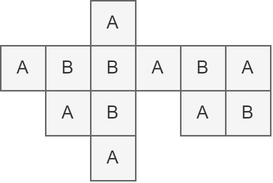
axiomofchoice-hjt/Axiomofchoice-hjt.github.io keeps this draw.io diagram as img/62c303-L18.drawio.png. Above is the earlier version. Source tidied: cells renumbered, new cells last; positions are measured from the earlier drawing's top-left corner, leaving out a move shared by most shapes. Its diagram source:
```xml
<mxGraphModel background="#ffffff">
  <root>
    <mxCell id="0" />
    <mxCell id="1" parent="0" />
    <mxCell id="2" value="A" style="rounded=0;whiteSpace=wrap;html=1;fillColor=#f5f5f5;fontColor=#333333;strokeColor=#666666;" parent="1" vertex="1">
      <mxGeometry y="30" width="30" height="30" as="geometry" />
    </mxCell>
    <mxCell id="3" value="B" style="rounded=0;whiteSpace=wrap;html=1;fillColor=#f5f5f5;fontColor=#333333;strokeColor=#666666;" parent="1" vertex="1">
      <mxGeometry x="30" y="30" width="30" height="30" as="geometry" />
    </mxCell>
    <mxCell id="4" value="B" style="rounded=0;whiteSpace=wrap;html=1;fillColor=#f5f5f5;fontColor=#333333;strokeColor=#666666;" parent="1" vertex="1">
      <mxGeometry x="60" y="30" width="30" height="30" as="geometry" />
    </mxCell>
    <mxCell id="5" value="A" style="rounded=0;whiteSpace=wrap;html=1;fillColor=#f5f5f5;fontColor=#333333;strokeColor=#666666;" parent="1" vertex="1">
      <mxGeometry x="90" y="30" width="30" height="30" as="geometry" />
    </mxCell>
    <mxCell id="6" value="B" style="rounded=0;whiteSpace=wrap;html=1;fillColor=#f5f5f5;fontColor=#333333;strokeColor=#666666;" parent="1" vertex="1">
      <mxGeometry x="120" y="30" width="30" height="30" as="geometry" />
    </mxCell>
    <mxCell id="7" value="A" style="rounded=0;whiteSpace=wrap;html=1;fillColor=#f5f5f5;fontColor=#333333;strokeColor=#666666;" parent="1" vertex="1">
      <mxGeometry x="150" y="30" width="30" height="30" as="geometry" />
    </mxCell>
    <mxCell id="8" value="B" style="rounded=0;whiteSpace=wrap;html=1;fillColor=#f5f5f5;fontColor=#333333;strokeColor=#666666;" parent="1" vertex="1">
      <mxGeometry x="150" y="60" width="30" height="30" as="geometry" />
    </mxCell>
    <mxCell id="9" value="A" style="rounded=0;whiteSpace=wrap;html=1;fillColor=#f5f5f5;fontColor=#333333;strokeColor=#666666;" parent="1" vertex="1">
      <mxGeometry x="120" y="60" width="30" height="30" as="geometry" />
    </mxCell>
    <mxCell id="10" value="A" style="rounded=0;whiteSpace=wrap;html=1;fillColor=#f5f5f5;fontColor=#333333;strokeColor=#666666;" parent="1" vertex="1">
      <mxGeometry x="60" width="30" height="30" as="geometry" />
    </mxCell>
    <mxCell id="11" value="A" style="rounded=0;whiteSpace=wrap;html=1;fillColor=#f5f5f5;fontColor=#333333;strokeColor=#666666;" parent="1" vertex="1">
      <mxGeometry x="30" y="60" width="30" height="30" as="geometry" />
    </mxCell>
    <mxCell id="12" value="B" style="rounded=0;whiteSpace=wrap;html=1;fillColor=#f5f5f5;fontColor=#333333;strokeColor=#666666;" parent="1" vertex="1">
      <mxGeometry x="60" y="60" width="30" height="30" as="geometry" />
    </mxCell>
    <mxCell id="13" value="A" style="rounded=0;whiteSpace=wrap;html=1;fillColor=#f5f5f5;fontColor=#333333;strokeColor=#666666;" parent="1" vertex="1">
      <mxGeometry x="60" y="90" width="30" height="30" as="geometry" />
    </mxCell>
  </root>
</mxGraphModel>
```
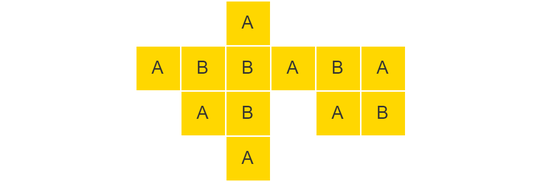
After the commit.

Change to the diagram source:
```diff
@@ -2,40 +2,46 @@
   <root>
     <mxCell id="0" />
     <mxCell id="1" parent="0" />
+    <mxCell id="14" style="endArrow=none;dashed=1;html=1;strokeColor=#FFFFFF;" parent="1" edge="1">
+      <mxGeometry relative="1" as="geometry">
+        <mxPoint x="-90" as="sourcePoint" />
+        <mxPoint x="270" as="targetPoint" />
+      </mxGeometry>
+    </mxCell>
-    <mxCell id="2" value="A" style="rounded=0;whiteSpace=wrap;html=1;fillColor=#f5f5f5;fontColor=#333333;strokeColor=#666666;" parent="1" vertex="1">
+    <mxCell id="2" value="A" style="rounded=0;whiteSpace=wrap;html=1;fillColor=#ffd700;fontColor=#333333;strokeColor=#ffffff;" parent="1" vertex="1">
       <mxGeometry y="30" width="30" height="30" as="geometry" />
     </mxCell>
-    <mxCell id="3" value="B" style="rounded=0;whiteSpace=wrap;html=1;fillColor=#f5f5f5;fontColor=#333333;strokeColor=#666666;" parent="1" vertex="1">
+    <mxCell id="3" value="B" style="rounded=0;whiteSpace=wrap;html=1;fillColor=#ffd700;fontColor=#333333;strokeColor=#ffffff;" parent="1" vertex="1">
       <mxGeometry x="30" y="30" width="30" height="30" as="geometry" />
     </mxCell>
-    <mxCell id="4" value="B" style="rounded=0;whiteSpace=wrap;html=1;fillColor=#f5f5f5;fontColor=#333333;strokeColor=#666666;" parent="1" vertex="1">
+    <mxCell id="4" value="B" style="rounded=0;whiteSpace=wrap;html=1;fillColor=#ffd700;fontColor=#333333;strokeColor=#ffffff;" parent="1" vertex="1">
       <mxGeometry x="60" y="30" width="30" height="30" as="geometry" />
     </mxCell>
-    <mxCell id="5" value="A" style="rounded=0;whiteSpace=wrap;html=1;fillColor=#f5f5f5;fontColor=#333333;strokeColor=#666666;" parent="1" vertex="1">
+    <mxCell id="5" value="A" style="rounded=0;whiteSpace=wrap;html=1;fillColor=#ffd700;fontColor=#333333;strokeColor=#ffffff;" parent="1" vertex="1">
       <mxGeometry x="90" y="30" width="30" height="30" as="geometry" />
     </mxCell>
-    <mxCell id="6" value="B" style="rounded=0;whiteSpace=wrap;html=1;fillColor=#f5f5f5;fontColor=#333333;strokeColor=#666666;" parent="1" vertex="1">
+    <mxCell id="6" value="B" style="rounded=0;whiteSpace=wrap;html=1;fillColor=#ffd700;fontColor=#333333;strokeColor=#ffffff;" parent="1" vertex="1">
       <mxGeometry x="120" y="30" width="30" height="30" as="geometry" />
     </mxCell>
-    <mxCell id="7" value="A" style="rounded=0;whiteSpace=wrap;html=1;fillColor=#f5f5f5;fontColor=#333333;strokeColor=#666666;" parent="1" vertex="1">
+    <mxCell id="7" value="A" style="rounded=0;whiteSpace=wrap;html=1;fillColor=#ffd700;fontColor=#333333;strokeColor=#ffffff;" parent="1" vertex="1">
       <mxGeometry x="150" y="30" width="30" height="30" as="geometry" />
     </mxCell>
-    <mxCell id="8" value="B" style="rounded=0;whiteSpace=wrap;html=1;fillColor=#f5f5f5;fontColor=#333333;strokeColor=#666666;" parent="1" vertex="1">
+    <mxCell id="8" value="B" style="rounded=0;whiteSpace=wrap;html=1;fillColor=#ffd700;fontColor=#333333;strokeColor=#ffffff;" parent="1" vertex="1">
       <mxGeometry x="150" y="60" width="30" height="30" as="geometry" />
     </mxCell>
-    <mxCell id="9" value="A" style="rounded=0;whiteSpace=wrap;html=1;fillColor=#f5f5f5;fontColor=#333333;strokeColor=#666666;" parent="1" vertex="1">
+    <mxCell id="9" value="A" style="rounded=0;whiteSpace=wrap;html=1;fillColor=#ffd700;fontColor=#333333;strokeColor=#ffffff;" parent="1" vertex="1">
       <mxGeometry x="120" y="60" width="30" height="30" as="geometry" />
     </mxCell>
-    <mxCell id="10" value="A" style="rounded=0;whiteSpace=wrap;html=1;fillColor=#f5f5f5;fontColor=#333333;strokeColor=#666666;" parent="1" vertex="1">
+    <mxCell id="10" value="A" style="rounded=0;whiteSpace=wrap;html=1;fillColor=#ffd700;fontColor=#333333;strokeColor=#ffffff;" parent="1" vertex="1">
       <mxGeometry x="60" width="30" height="30" as="geometry" />
     </mxCell>
-    <mxCell id="11" value="A" style="rounded=0;whiteSpace=wrap;html=1;fillColor=#f5f5f5;fontColor=#333333;strokeColor=#666666;" parent="1" vertex="1">
+    <mxCell id="11" value="A" style="rounded=0;whiteSpace=wrap;html=1;fillColor=#ffd700;fontColor=#333333;strokeColor=#ffffff;" parent="1" vertex="1">
       <mxGeometry x="30" y="60" width="30" height="30" as="geometry" />
     </mxCell>
-    <mxCell id="12" value="B" style="rounded=0;whiteSpace=wrap;html=1;fillColor=#f5f5f5;fontColor=#333333;strokeColor=#666666;" parent="1" vertex="1">
+    <mxCell id="12" value="B" style="rounded=0;whiteSpace=wrap;html=1;fillColor=#ffd700;fontColor=#333333;strokeColor=#ffffff;" parent="1" vertex="1">
       <mxGeometry x="60" y="60" width="30" height="30" as="geometry" />
     </mxCell>
-    <mxCell id="13" value="A" style="rounded=0;whiteSpace=wrap;html=1;fillColor=#f5f5f5;fontColor=#333333;strokeColor=#666666;" parent="1" vertex="1">
+    <mxCell id="13" value="A" style="rounded=0;whiteSpace=wrap;html=1;fillColor=#ffd700;fontColor=#333333;strokeColor=#ffffff;" parent="1" vertex="1">
       <mxGeometry x="60" y="90" width="30" height="30" as="geometry" />
     </mxCell>
   </root>
```
